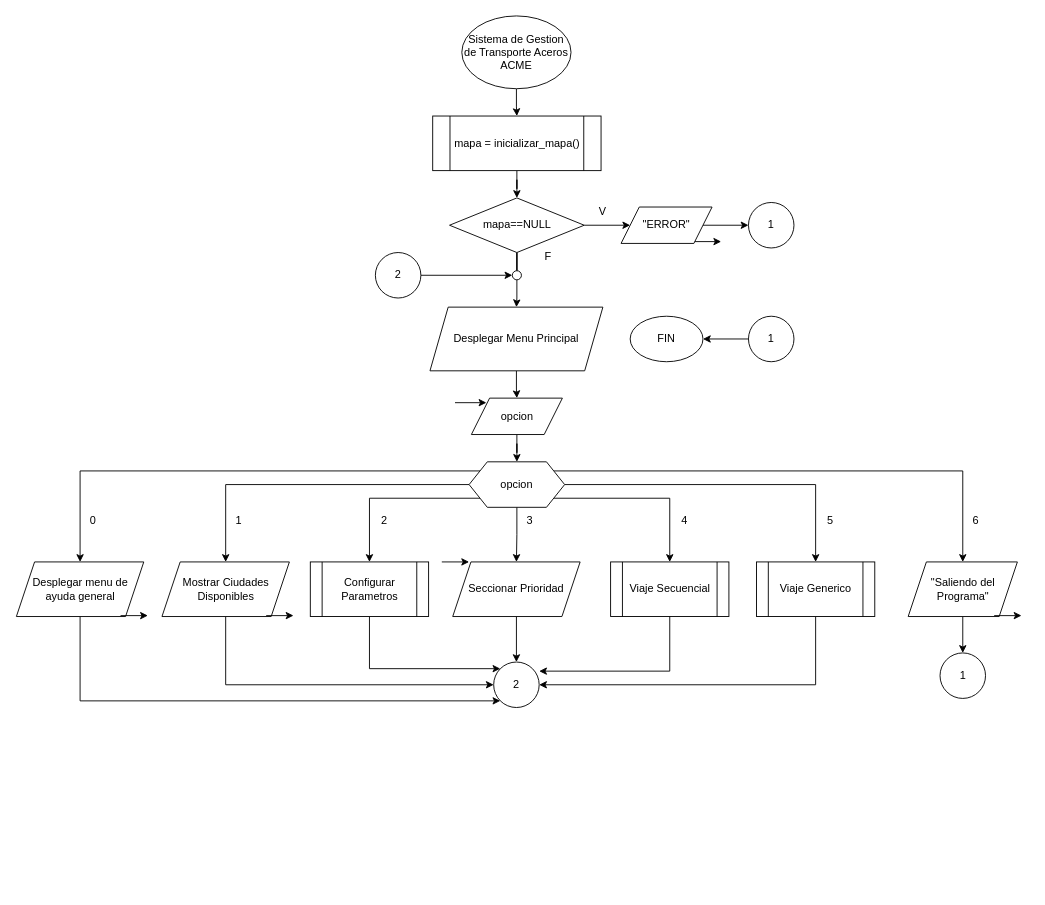
Above: PIA/DF_PIA_ED.drawio in AADavilaGonzalez/tareas_ED (draw.io), before the change. Source tidied: cells renumbered, new cells numbered last; positions are measured from the earlier drawing's top-left corner, leaving out a move shared by most shapes. Both pictures are drawn from the tidied source at 91%, with x=0, y=0 at pixel (16, 15).
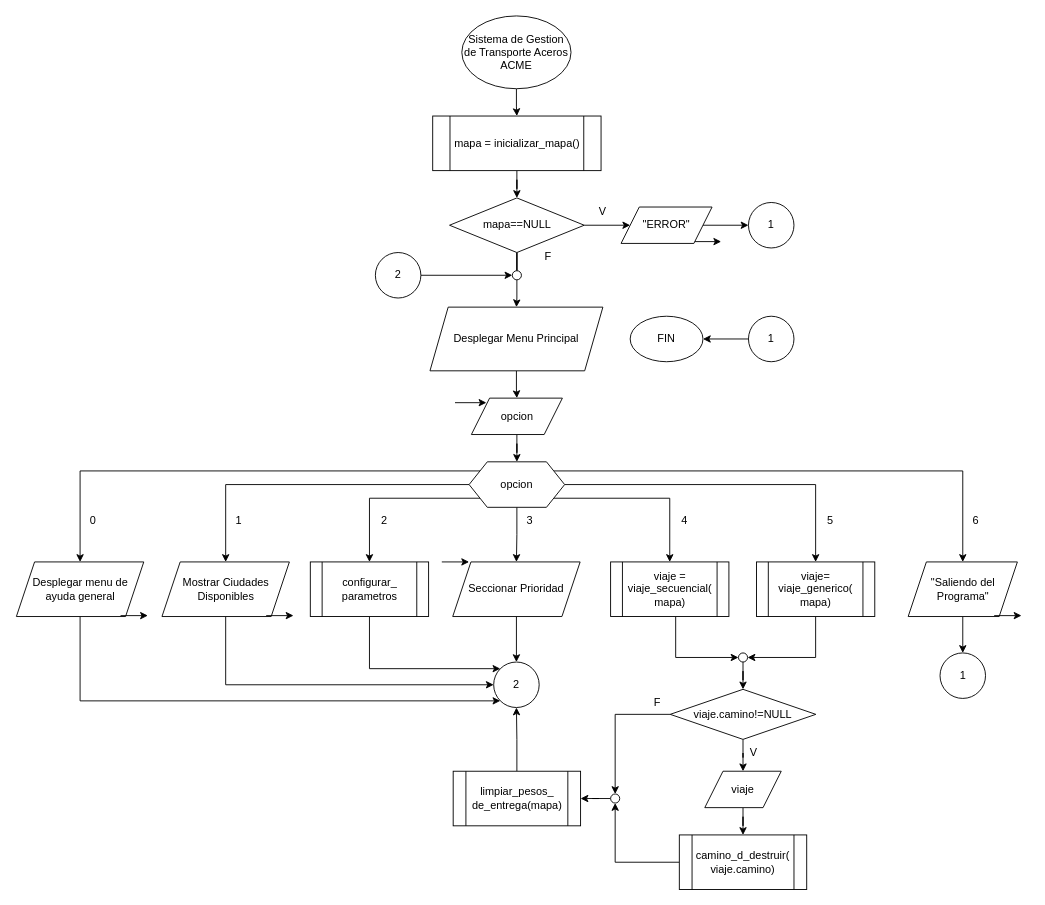
The same page after the edit.

Unchanged cells that the change refers to:
```xml
<mxCell id="53" value="2" style="ellipse;whiteSpace=wrap;html=1;" parent="1" vertex="1">
  <mxGeometry x="524" y="710" width="50" height="50" as="geometry" />
</mxCell>
```

What changed in the source:
```diff
@@
-    <mxCell id="36" value="Configurar Parametros" style="shape=process;whiteSpace=wrap;html=1;backgroundOutline=1;" parent="1" vertex="1">
+    <mxCell id="36" value="configurar_ parametros" style="shape=process;whiteSpace=wrap;html=1;backgroundOutline=1;" parent="1" vertex="1">
       <mxGeometry x="322.5" y="600" width="130" height="60" as="geometry" />
     </mxCell>
@@
-    <mxCell id="41" style="edgeStyle=orthogonalEdgeStyle;rounded=0;jettySize=auto;html=1;entryX=1;entryY=0.5;entryDx=0;entryDy=0;" parent="1" edge="1" source="42" target="53">
-      <mxGeometry relative="1" as="geometry">
-        <Array as="points">
-          <mxPoint x="878" y="735" />
-        </Array>
-      </mxGeometry>
-    </mxCell>
+    <mxCell id="62" style="edgeStyle=orthogonalEdgeStyle;rounded=0;jettySize=auto;html=1;entryX=1;entryY=0.5;entryDx=0;entryDy=0;" parent="1" edge="1" source="42" target="68">
+      <mxGeometry relative="1" as="geometry">
+        <Array as="points">
+          <mxPoint x="878" y="705" />
+        </Array>
+      </mxGeometry>
+    </mxCell>
-    <mxCell id="42" value="Viaje Generico" style="shape=process;whiteSpace=wrap;html=1;backgroundOutline=1;" parent="1" vertex="1">
+    <mxCell id="42" value="&lt;div&gt;viaje=&lt;/div&gt;&lt;div&gt;viaje_generico(&lt;/div&gt;&lt;div&gt;mapa)&lt;/div&gt;" style="shape=process;whiteSpace=wrap;html=1;backgroundOutline=1;" parent="1" vertex="1">
       <mxGeometry x="812.8" y="600" width="130" height="60" as="geometry" />
     </mxCell>
+    <mxCell id="63" style="edgeStyle=orthogonalEdgeStyle;rounded=0;jettySize=auto;html=1;entryX=0;entryY=0.5;entryDx=0;entryDy=0;" parent="1" edge="1" source="43" target="68">
+      <mxGeometry relative="1" as="geometry">
+        <Array as="points">
+          <mxPoint x="724" y="705" />
+        </Array>
+      </mxGeometry>
+    </mxCell>
-    <mxCell id="43" value="Viaje Secuencial" style="shape=process;whiteSpace=wrap;html=1;backgroundOutline=1;" parent="1" vertex="1">
+    <mxCell id="43" value="&lt;div&gt;viaje = &lt;br&gt;&lt;/div&gt;&lt;div&gt;viaje_secuencial(&lt;/div&gt;&lt;div&gt;mapa)&lt;/div&gt;" style="shape=process;whiteSpace=wrap;html=1;backgroundOutline=1;" parent="1" vertex="1">
       <mxGeometry x="652.5" y="600" width="130" height="60" as="geometry" />
     </mxCell>
@@
-    <mxCell id="54" style="edgeStyle=orthogonalEdgeStyle;rounded=0;jettySize=auto;html=1;entryX=1;entryY=0.2;entryDx=0;entryDy=0;entryPerimeter=0;" parent="1" edge="1" source="43" target="53">
-      <mxGeometry relative="1" as="geometry">
-        <Array as="points">
-          <mxPoint x="718" y="720" />
-        </Array>
-      </mxGeometry>
-    </mxCell>
@@
+    <mxCell id="64" style="edgeStyle=orthogonalEdgeStyle;rounded=0;jettySize=auto;html=1;entryX=0.5;entryY=0;entryDx=0;entryDy=0;" parent="1" edge="1" source="66" target="70">
+      <mxGeometry relative="1" as="geometry" />
+    </mxCell>
+    <mxCell id="65" style="edgeStyle=orthogonalEdgeStyle;rounded=0;jettySize=auto;html=1;entryX=0.5;entryY=0;entryDx=0;entryDy=0;" parent="1" edge="1" source="66" target="76">
+      <mxGeometry relative="1" as="geometry" />
+    </mxCell>
+    <mxCell id="66" value="viaje.camino!=NULL" style="rhombus;whiteSpace=wrap;html=1;" parent="1" vertex="1">
+      <mxGeometry x="718" y="740" width="160" height="55" as="geometry" />
+    </mxCell>
+    <mxCell id="67" style="edgeStyle=orthogonalEdgeStyle;rounded=0;jettySize=auto;html=1;entryX=0.5;entryY=0;entryDx=0;entryDy=0;" parent="1" edge="1" source="68" target="66">
+      <mxGeometry relative="1" as="geometry" />
+    </mxCell>
+    <mxCell id="68" style="ellipse;whiteSpace=wrap;html=1;" parent="1" vertex="1">
+      <mxGeometry x="793" y="700" width="10" height="10" as="geometry" />
+    </mxCell>
+    <mxCell id="69" style="edgeStyle=orthogonalEdgeStyle;rounded=0;jettySize=auto;html=1;entryX=0.5;entryY=0;entryDx=0;entryDy=0;" parent="1" edge="1" source="70" target="72">
+      <mxGeometry relative="1" as="geometry" />
+    </mxCell>
+    <mxCell id="70" value="viaje" style="shape=parallelogram;perimeter=parallelogramPerimeter;whiteSpace=wrap;html=1;fixedSize=1;" parent="1" vertex="1">
+      <mxGeometry x="756" y="830" width="84" height="40" as="geometry" />
+    </mxCell>
+    <mxCell id="71" style="edgeStyle=orthogonalEdgeStyle;rounded=0;jettySize=auto;html=1;entryX=0.5;entryY=1;entryDx=0;entryDy=0;" parent="1" edge="1" source="72" target="76">
+      <mxGeometry relative="1" as="geometry" />
+    </mxCell>
+    <mxCell id="72" value="&lt;div&gt;camino_d_destruir(&lt;/div&gt;&lt;div&gt;viaje.camino)&lt;/div&gt;" style="shape=process;whiteSpace=wrap;html=1;backgroundOutline=1;" parent="1" vertex="1">
+      <mxGeometry x="728" y="900" width="140" height="60" as="geometry" />
+    </mxCell>
+    <mxCell id="73" style="edgeStyle=orthogonalEdgeStyle;rounded=0;jettySize=auto;html=1;entryX=0.5;entryY=1;entryDx=0;entryDy=0;" parent="1" edge="1" source="74" target="53">
+      <mxGeometry relative="1" as="geometry" />
+    </mxCell>
+    <mxCell id="74" value="&lt;div&gt;limpiar_pesos_&lt;/div&gt;&lt;div&gt;de_entrega(mapa)&lt;/div&gt;" style="shape=process;whiteSpace=wrap;html=1;backgroundOutline=1;" parent="1" vertex="1">
+      <mxGeometry x="479.5" y="830" width="140" height="60" as="geometry" />
+    </mxCell>
+    <mxCell id="75" style="edgeStyle=orthogonalEdgeStyle;rounded=0;jettySize=auto;html=1;entryX=1;entryY=0.5;entryDx=0;entryDy=0;" parent="1" edge="1" source="76" target="74">
+      <mxGeometry relative="1" as="geometry" />
+    </mxCell>
+    <mxCell id="76" style="ellipse;whiteSpace=wrap;html=1;" parent="1" vertex="1">
+      <mxGeometry x="652.5" y="855" width="10" height="10" as="geometry" />
+    </mxCell>
+    <mxCell id="77" value="V" style="text;html=1;align=center;verticalAlign=middle;whiteSpace=wrap;rounded=0;" parent="1" vertex="1">
+      <mxGeometry x="780" y="795" width="60" height="30" as="geometry" />
+    </mxCell>
+    <mxCell id="78" value="F" style="text;html=1;align=center;verticalAlign=middle;whiteSpace=wrap;rounded=0;" parent="1" vertex="1">
+      <mxGeometry x="674" y="740" width="60" height="30" as="geometry" />
+    </mxCell>
```
